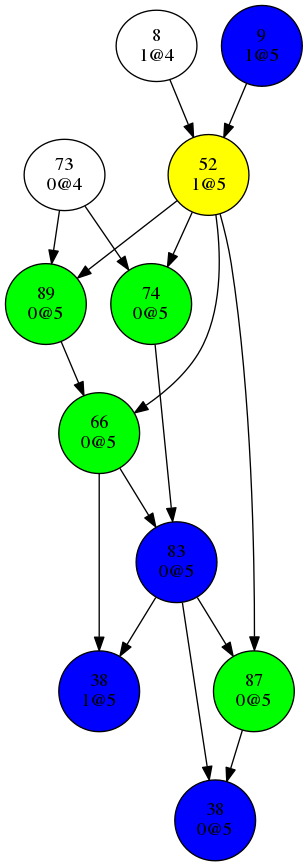
This is dev/bin/conflictGraph0.png from Oxmose/SATSolver, a Graphviz export, as it was before one commit. Its source is kept beside it as dev/bin/conflictGraph0.dot.
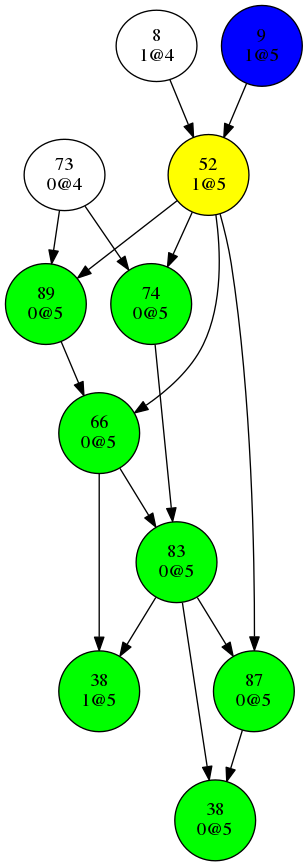
After the commit.

Change to the diagram source:
```diff
@@ -54,9 +54,9 @@
 "9
 1@5"[shape=circle, style=filled, fillcolor=blue];
 "38
-0@5"[shape=circle, style=filled, fillcolor=blue];
+0@5"[shape=circle, style=filled, fillcolor=green];
 "38
-1@5"[shape=circle, style=filled, fillcolor=blue];
+1@5"[shape=circle, style=filled, fillcolor=green];
 "52
 1@5"[shape=circle, style=filled, fillcolor=yellow];
 "66
@@ -64,7 +64,7 @@
 "74
 0@5"[shape=circle, style=filled, fillcolor=green];
 "83
-0@5"[shape=circle, style=filled, fillcolor=blue];
+0@5"[shape=circle, style=filled, fillcolor=green];
 "87
 0@5"[shape=circle, style=filled, fillcolor=green];
 "89
```
